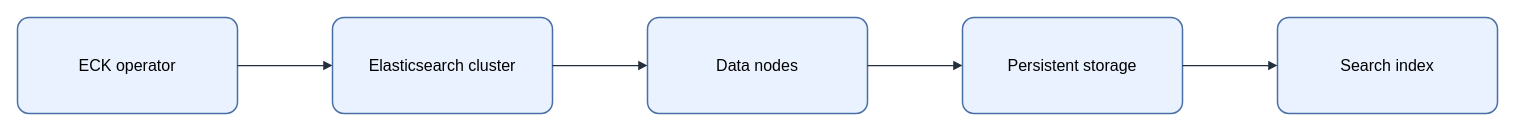
Before: assets/img/observability/elasticsearch-eck-flow.drawio in KKamJi98/kkamji98.github.io, a draw.io diagram. Source tidied: cells renumbered, new cells numbered last; positions are measured from the earlier drawing's top-left corner, leaving out a move shared by most shapes. Both pictures are drawn from the tidied source at 100%, with x=0, y=0 at pixel (17, 17).
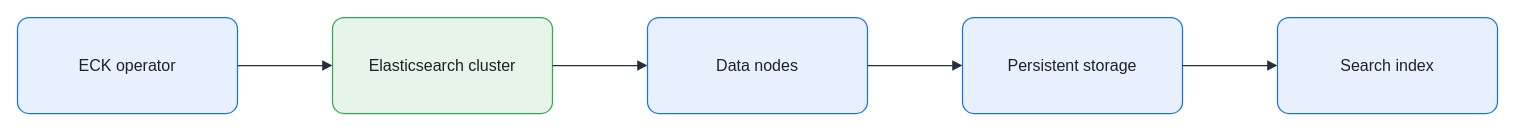
The same diagram, later.

What changed in the source:
```diff
@@
 <mxGraphModel background="#FFFFFF">
   <root>
     <mxCell id="0" />
     <mxCell id="1" parent="0" />
-    <mxCell id="2" value="ECK operator" style="rounded=1;arcSize=12;whiteSpace=wrap;html=0;fillColor=#EAF2FF;strokeColor=#4A6FA5;strokeWidth=1.5;fontColor=#000000;fontSize=16;align=center;verticalAlign=middle;spacing=8;shadow=0;" parent="1" vertex="1">
+    <mxCell id="2" value="ECK operator" style="rounded=1;arcSize=12;whiteSpace=wrap;html=0;fillColor=#E8F0FE;strokeColor=#1A73E8;strokeWidth=1.25;fontColor=#202124;fontSize=16;align=center;verticalAlign=middle;spacing=8;shadow=0;" parent="1" vertex="1">
       <mxGeometry width="220" height="96" as="geometry" />
     </mxCell>
-    <mxCell id="3" value="Elasticsearch cluster" style="rounded=1;arcSize=12;whiteSpace=wrap;html=0;fillColor=#EAF2FF;strokeColor=#4A6FA5;strokeWidth=1.5;fontColor=#000000;fontSize=16;align=center;verticalAlign=middle;spacing=8;shadow=0;" parent="1" vertex="1">
+    <mxCell id="3" value="Elasticsearch cluster" style="rounded=1;arcSize=12;whiteSpace=wrap;html=0;fillColor=#E6F4EA;strokeColor=#34A853;strokeWidth=1.25;fontColor=#202124;fontSize=16;align=center;verticalAlign=middle;spacing=8;shadow=0;" parent="1" vertex="1">
       <mxGeometry x="315" width="220" height="96" as="geometry" />
     </mxCell>
-    <mxCell id="4" value="Data nodes" style="rounded=1;arcSize=12;whiteSpace=wrap;html=0;fillColor=#EAF2FF;strokeColor=#4A6FA5;strokeWidth=1.5;fontColor=#000000;fontSize=16;align=center;verticalAlign=middle;spacing=8;shadow=0;" parent="1" vertex="1">
+    <mxCell id="4" value="Data nodes" style="rounded=1;arcSize=12;whiteSpace=wrap;html=0;fillColor=#E8F0FE;strokeColor=#1A73E8;strokeWidth=1.25;fontColor=#202124;fontSize=16;align=center;verticalAlign=middle;spacing=8;shadow=0;" parent="1" vertex="1">
       <mxGeometry x="630" width="220" height="96" as="geometry" />
     </mxCell>
-    <mxCell id="5" value="Persistent storage" style="rounded=1;arcSize=12;whiteSpace=wrap;html=0;fillColor=#EAF2FF;strokeColor=#4A6FA5;strokeWidth=1.5;fontColor=#000000;fontSize=16;align=center;verticalAlign=middle;spacing=8;shadow=0;" parent="1" vertex="1">
+    <mxCell id="5" value="Persistent storage" style="rounded=1;arcSize=12;whiteSpace=wrap;html=0;fillColor=#E8F0FE;strokeColor=#1A73E8;strokeWidth=1.25;fontColor=#202124;fontSize=16;align=center;verticalAlign=middle;spacing=8;shadow=0;" parent="1" vertex="1">
       <mxGeometry x="945" width="220" height="96" as="geometry" />
     </mxCell>
-    <mxCell id="6" value="Search index" style="rounded=1;arcSize=12;whiteSpace=wrap;html=0;fillColor=#EAF2FF;strokeColor=#4A6FA5;strokeWidth=1.5;fontColor=#000000;fontSize=16;align=center;verticalAlign=middle;spacing=8;shadow=0;" parent="1" vertex="1">
+    <mxCell id="6" value="Search index" style="rounded=1;arcSize=12;whiteSpace=wrap;html=0;fillColor=#E8F0FE;strokeColor=#1A73E8;strokeWidth=1.25;fontColor=#202124;fontSize=16;align=center;verticalAlign=middle;spacing=8;shadow=0;" parent="1" vertex="1">
       <mxGeometry x="1260" width="220" height="96" as="geometry" />
     </mxCell>
-    <mxCell id="7" style="edgeStyle=orthogonalEdgeStyle;rounded=0;jettySize=auto;html=0;endArrow=block;endFill=1;strokeColor=#232F3E;strokeWidth=1.25;fontColor=#000000;labelBackgroundColor=none;exitX=1;exitY=0.5;exitDx=0;exitDy=0;entryX=0;entryY=0.5;entryDx=0;entryDy=0;" parent="1" edge="1" source="2" target="3">
+    <mxCell id="7" style="edgeStyle=orthogonalEdgeStyle;rounded=0;jettySize=auto;html=0;endArrow=block;endFill=1;strokeColor=#232F3E;strokeWidth=1.25;fontColor=#202124;labelBackgroundColor=none;exitX=1;exitY=0.5;exitDx=0;exitDy=0;entryX=0;entryY=0.5;entryDx=0;entryDy=0;endSize=7;" parent="1" edge="1" source="2" target="3">
       <mxGeometry relative="1" as="geometry" />
     </mxCell>
-    <mxCell id="8" style="edgeStyle=orthogonalEdgeStyle;rounded=0;jettySize=auto;html=0;endArrow=block;endFill=1;strokeColor=#232F3E;strokeWidth=1.25;fontColor=#000000;labelBackgroundColor=none;exitX=1;exitY=0.5;exitDx=0;exitDy=0;entryX=0;entryY=0.5;entryDx=0;entryDy=0;" parent="1" edge="1" source="3" target="4">
+    <mxCell id="8" style="edgeStyle=orthogonalEdgeStyle;rounded=0;jettySize=auto;html=0;endArrow=block;endFill=1;strokeColor=#232F3E;strokeWidth=1.25;fontColor=#202124;labelBackgroundColor=none;exitX=1;exitY=0.5;exitDx=0;exitDy=0;entryX=0;entryY=0.5;entryDx=0;entryDy=0;endSize=7;" parent="1" edge="1" source="3" target="4">
       <mxGeometry relative="1" as="geometry" />
     </mxCell>
-    <mxCell id="9" style="edgeStyle=orthogonalEdgeStyle;rounded=0;jettySize=auto;html=0;endArrow=block;endFill=1;strokeColor=#232F3E;strokeWidth=1.25;fontColor=#000000;labelBackgroundColor=none;exitX=1;exitY=0.5;exitDx=0;exitDy=0;entryX=0;entryY=0.5;entryDx=0;entryDy=0;" parent="1" edge="1" source="4" target="5">
+    <mxCell id="9" style="edgeStyle=orthogonalEdgeStyle;rounded=0;jettySize=auto;html=0;endArrow=block;endFill=1;strokeColor=#232F3E;strokeWidth=1.25;fontColor=#202124;labelBackgroundColor=none;exitX=1;exitY=0.5;exitDx=0;exitDy=0;entryX=0;entryY=0.5;entryDx=0;entryDy=0;endSize=7;" parent="1" edge="1" source="4" target="5">
       <mxGeometry relative="1" as="geometry" />
     </mxCell>
-    <mxCell id="10" style="edgeStyle=orthogonalEdgeStyle;rounded=0;jettySize=auto;html=0;endArrow=block;endFill=1;strokeColor=#232F3E;strokeWidth=1.25;fontColor=#000000;labelBackgroundColor=none;exitX=1;exitY=0.5;exitDx=0;exitDy=0;entryX=0;entryY=0.5;entryDx=0;entryDy=0;" parent="1" edge="1" source="5" target="6">
+    <mxCell id="10" style="edgeStyle=orthogonalEdgeStyle;rounded=0;jettySize=auto;html=0;endArrow=block;endFill=1;strokeColor=#232F3E;strokeWidth=1.25;fontColor=#202124;labelBackgroundColor=none;exitX=1;exitY=0.5;exitDx=0;exitDy=0;entryX=0;entryY=0.5;entryDx=0;entryDy=0;endSize=7;" parent="1" edge="1" source="5" target="6">
       <mxGeometry relative="1" as="geometry" />
     </mxCell>
   </root>
 </mxGraphModel>
```
